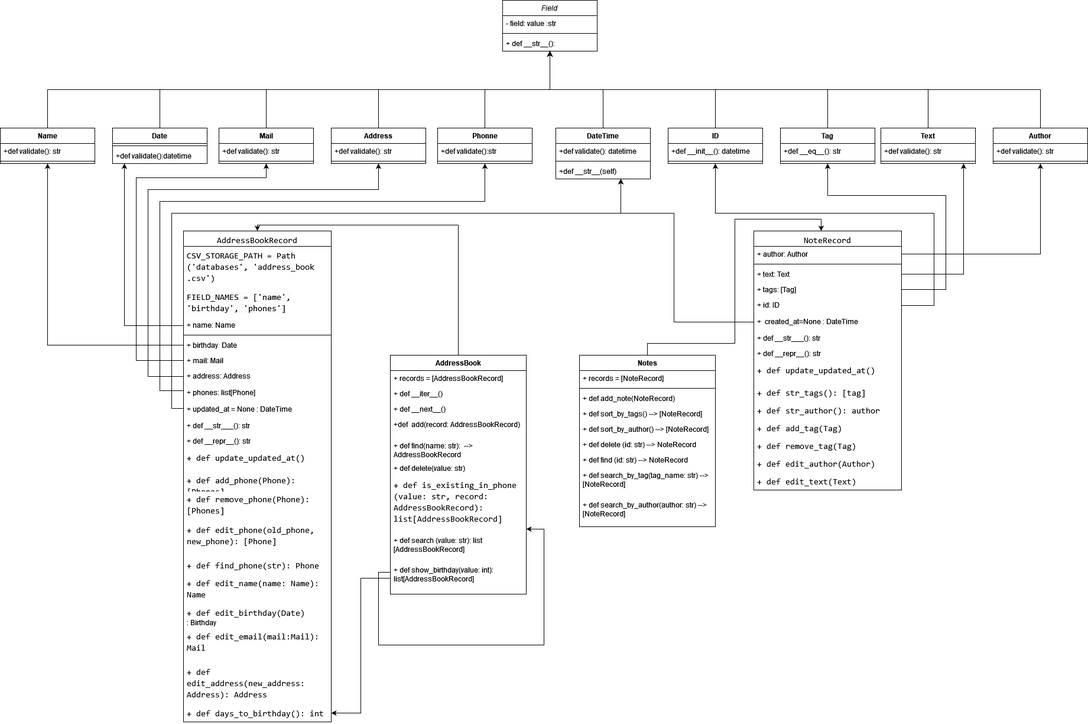
The draw.io diagram dz1.png in rusetskiy1974/Python_web_DZ2, before a commit. Source tidied: cells renumbered, new cells last; positions are measured from the earlier drawing's top-left corner, leaving out a move shared by most shapes.
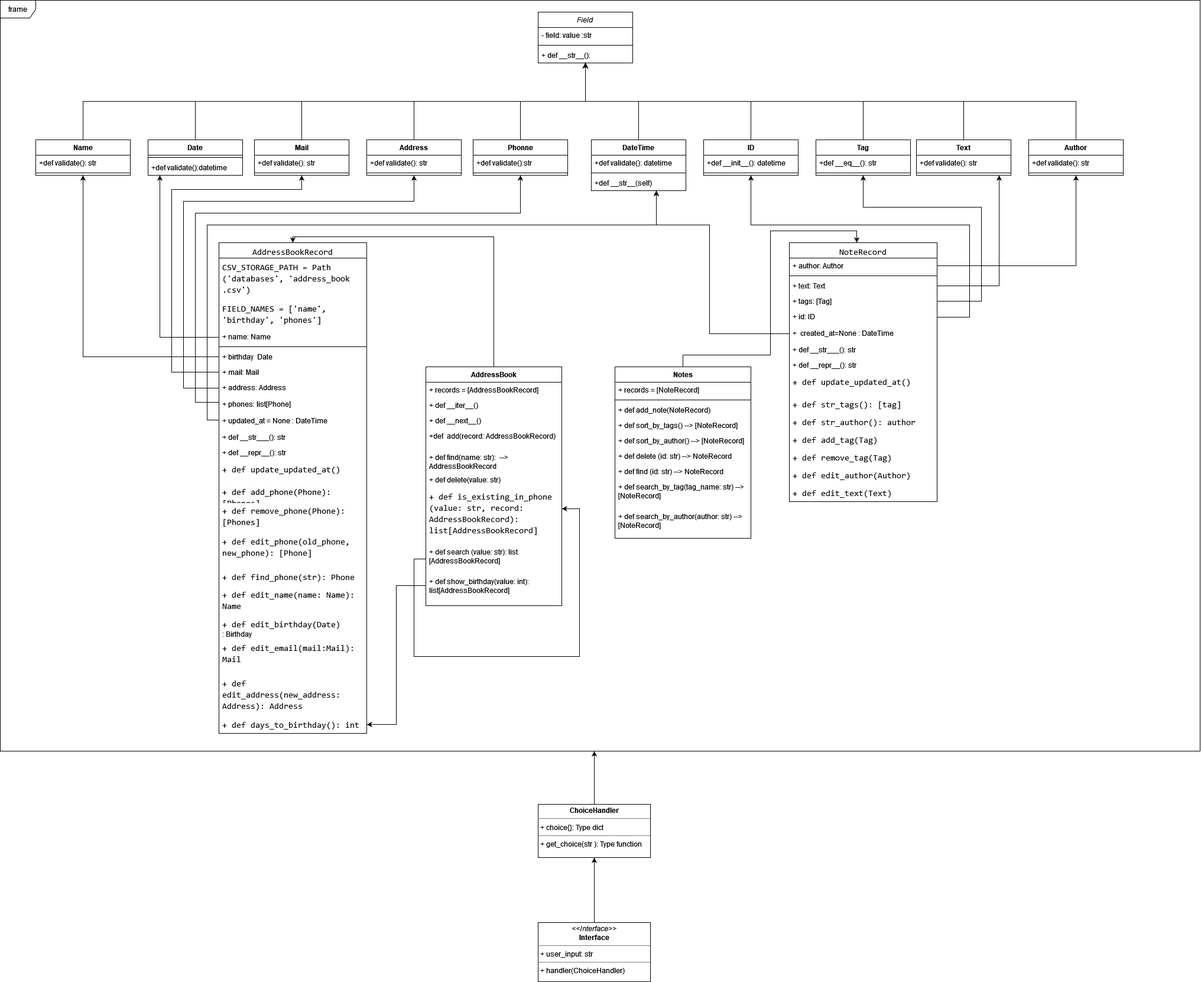
Later version of the same file.

Diff of the diagram source:
```diff
@@ -353,11 +353,10 @@
     <mxCell id="103" style="edgeStyle=orthogonalEdgeStyle;rounded=0;jettySize=auto;html=1;exitX=0;exitY=0.5;exitDx=0;exitDy=0;" parent="95" edge="1" source="104" target="95">
       <mxGeometry relative="1" as="geometry">
         <Array as="points">
-          <mxPoint y="367" />
-          <mxPoint x="-20" y="367" />
+          <mxPoint x="-20" y="325" />
           <mxPoint x="-20" y="490" />
           <mxPoint x="260" y="490" />
-          <mxPoint x="260" y="294" />
+          <mxPoint x="260" y="240" />
         </Array>
       </mxGeometry>
     </mxCell>
@@ -397,8 +396,14 @@
     <mxCell id="115" value="+ def search_by_author(author: str) --&amp;gt; [NoteRecord]" style="text;strokeColor=none;fillColor=none;align=left;verticalAlign=top;spacingLeft=4;spacingRight=4;overflow=hidden;whiteSpace=wrap;html=1;" parent="106" vertex="1">
       <mxGeometry y="240" width="230" height="50" as="geometry" />
     </mxCell>
-    <mxCell id="116" style="edgeStyle=orthogonalEdgeStyle;rounded=0;jettySize=auto;html=1;" parent="1" edge="1" source="105" target="65">
-      <mxGeometry relative="1" as="geometry" />
+    <mxCell id="116" style="edgeStyle=orthogonalEdgeStyle;rounded=0;jettySize=auto;html=1;exitX=0;exitY=0.5;exitDx=0;exitDy=0;" parent="1" edge="1" source="105" target="65">
+      <mxGeometry relative="1" as="geometry">
+        <Array as="points">
+          <mxPoint x="660" y="970" />
+          <mxPoint x="610" y="970" />
+          <mxPoint x="610" y="1205" />
+        </Array>
+      </mxGeometry>
     </mxCell>
     <mxCell id="117" style="edgeStyle=orthogonalEdgeStyle;rounded=0;jettySize=auto;html=1;exitX=0;exitY=0.5;exitDx=0;exitDy=0;" parent="1" edge="1" source="53" target="27">
       <mxGeometry relative="1" as="geometry">
@@ -429,5 +434,25 @@
         </Array>
       </mxGeometry>
     </mxCell>
+    <mxCell id="120" style="edgeStyle=orthogonalEdgeStyle;rounded=0;jettySize=auto;html=1;" parent="1" edge="1" source="121" target="123">
+      <mxGeometry relative="1" as="geometry" />
+    </mxCell>
+    <mxCell id="121" value="&lt;p style=&quot;margin:0px;margin-top:4px;text-align:center;&quot;&gt;&lt;i&gt;&amp;lt;&amp;lt;Interface&amp;gt;&amp;gt;&lt;/i&gt;&lt;br&gt;&lt;b&gt;Interface&lt;/b&gt;&lt;/p&gt;&lt;hr size=&quot;1&quot;&gt;&lt;p style=&quot;margin:0px;margin-left:4px;&quot;&gt;+ user_input: str &lt;br&gt;&lt;/p&gt;&lt;hr size=&quot;1&quot;&gt;&lt;p style=&quot;margin:0px;margin-left:4px;&quot;&gt;+ handler(ChoiceHandler)&lt;br&gt;&lt;br&gt;&lt;/p&gt;" style="verticalAlign=top;align=left;overflow=fill;fontSize=12;fontFamily=Helvetica;html=1;whiteSpace=wrap;" parent="1" vertex="1">
+      <mxGeometry x="850" y="1540" width="190" height="100" as="geometry" />
+    </mxCell>
+    <mxCell id="122" style="edgeStyle=orthogonalEdgeStyle;rounded=0;jettySize=auto;html=1;" parent="1" edge="1" source="123" target="124">
+      <mxGeometry relative="1" as="geometry">
+        <Array as="points">
+          <mxPoint x="945" y="1270" />
+          <mxPoint x="945" y="1270" />
+        </Array>
+      </mxGeometry>
+    </mxCell>
+    <mxCell id="123" value="&lt;p style=&quot;margin:0px;margin-top:4px;text-align:center;&quot;&gt;&lt;b&gt;ChoiceHandler&lt;/b&gt;&lt;/p&gt;&lt;hr size=&quot;1&quot;&gt;&lt;p style=&quot;margin:0px;margin-left:4px;&quot;&gt;+ choice{}: Type dict&lt;br&gt;&lt;/p&gt;&lt;hr size=&quot;1&quot;&gt;&lt;p style=&quot;margin:0px;margin-left:4px;&quot;&gt;+ get_choice(str ): Type function&lt;br&gt;&lt;/p&gt;" style="verticalAlign=top;align=left;overflow=fill;fontSize=12;fontFamily=Helvetica;html=1;whiteSpace=wrap;" parent="1" vertex="1">
+      <mxGeometry x="850" y="1340" width="190" height="90" as="geometry" />
+    </mxCell>
+    <mxCell id="124" value="frame" style="shape=umlFrame;whiteSpace=wrap;html=1;" parent="1" vertex="1">
+      <mxGeometry x="-60" y="-20" width="2030" height="1270" as="geometry" />
+    </mxCell>
   </root>
 </mxGraphModel>
```
